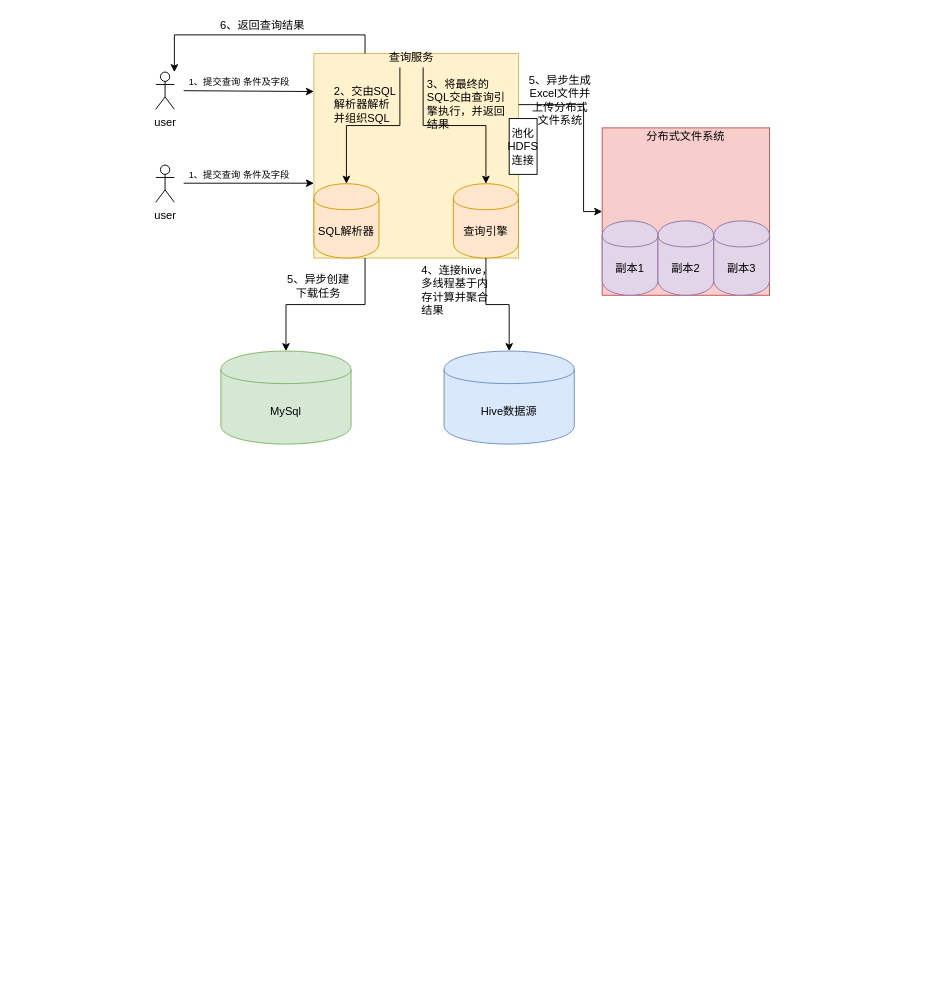
This is 未命名绘图.drawio from ljz1315/doc, a draw.io file, before an edit. Source tidied: cells renumbered, new cells numbered last; positions are measured from the earlier drawing's top-left corner, leaving out a move shared by most shapes. Both pictures are drawn from the tidied source at 93%, with x=0, y=0 at pixel (155, 16).
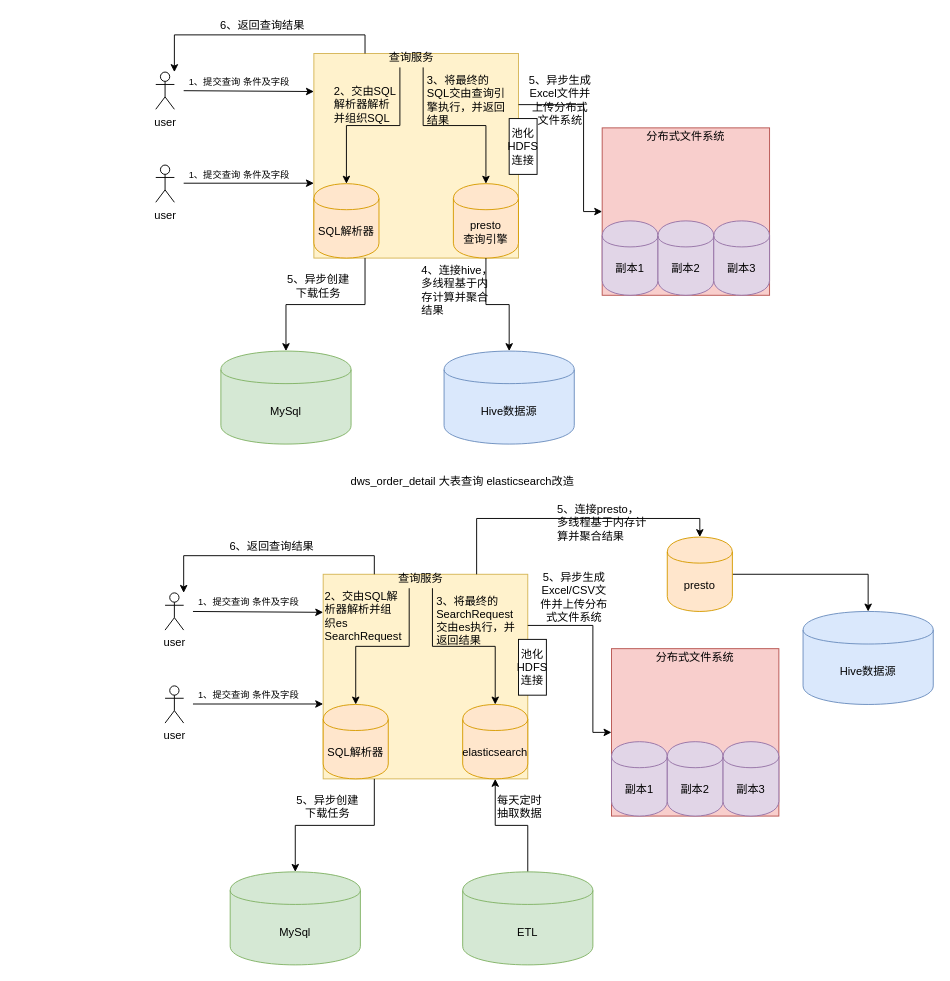
Above is the later version.

Commit message:
更新未命名绘图.drawio

Unchanged cells that the change refers to:
```xml
<mxCell id="11" style="group;" parent="1" vertex="1">
  <mxGeometry x="170" y="40" width="320" height="220" as="geometry" />
</mxCell>
```

What changed in the source:
```diff
@@
-    <mxCell id="14" value="查询引擎" style="shape=cylinder;whiteSpace=wrap;html=1;boundedLbl=1;backgroundOutline=1;fillColor=#ffe6cc;strokeColor=#d79b00;" parent="11" vertex="1">
+    <mxCell id="14" value="presto&lt;br&gt;查询引擎" style="shape=cylinder;whiteSpace=wrap;html=1;boundedLbl=1;backgroundOutline=1;fillColor=#ffe6cc;strokeColor=#d79b00;" parent="11" vertex="1">
       <mxGeometry x="150" y="140" width="70" height="80" as="geometry" />
     </mxCell>
@@
     <mxCell id="16" value="3、将最终的SQL交由查询引擎执行，并返回结果" style="text;html=1;strokeColor=none;fillColor=none;align=left;verticalAlign=middle;whiteSpace=wrap;rounded=0;" parent="11" vertex="1">
-      <mxGeometry x="120" y="20" width="90" height="70" as="geometry" />
+      <mxGeometry x="120" y="15" width="90" height="70" as="geometry" />
     </mxCell>
@@
+    <mxCell id="34" value="user" style="shape=umlActor;verticalLabelPosition=bottom;labelBackgroundColor=#ffffff;verticalAlign=top;html=1;" parent="1" vertex="1">
+      <mxGeometry x="10" y="620" width="20" height="40" as="geometry" />
+    </mxCell>
+    <mxCell id="35" value="user" style="shape=umlActor;verticalLabelPosition=bottom;labelBackgroundColor=#ffffff;verticalAlign=top;html=1;" parent="1" vertex="1">
+      <mxGeometry x="10" y="720" width="20" height="40" as="geometry" />
+    </mxCell>
+    <mxCell id="36" value="MySql" style="shape=cylinder;whiteSpace=wrap;html=1;boundedLbl=1;backgroundOutline=1;fillColor=#d5e8d4;strokeColor=#82b366;" parent="1" vertex="1">
+      <mxGeometry x="80" y="920" width="140" height="100" as="geometry" />
+    </mxCell>
+    <mxCell id="37" style="group;" parent="1" vertex="1">
+      <mxGeometry x="490" y="680" width="180" height="180" as="geometry" />
+    </mxCell>
+    <mxCell id="38" style="whiteSpace=wrap;html=1;fillColor=#f8cecc;strokeColor=#b85450;" parent="37" vertex="1">
+      <mxGeometry width="180" height="180" as="geometry" />
+    </mxCell>
+    <mxCell id="39" value="副本1" style="shape=cylinder;whiteSpace=wrap;html=1;boundedLbl=1;backgroundOutline=1;fillColor=#e1d5e7;strokeColor=#9673a6;" parent="37" vertex="1">
+      <mxGeometry y="100" width="60" height="80" as="geometry" />
+    </mxCell>
+    <mxCell id="40" value="副本2" style="shape=cylinder;whiteSpace=wrap;html=1;boundedLbl=1;backgroundOutline=1;fillColor=#e1d5e7;strokeColor=#9673a6;" parent="37" vertex="1">
+      <mxGeometry x="60" y="100" width="60" height="80" as="geometry" />
+    </mxCell>
+    <mxCell id="41" value="副本3" style="shape=cylinder;whiteSpace=wrap;html=1;boundedLbl=1;backgroundOutline=1;fillColor=#e1d5e7;strokeColor=#9673a6;" parent="37" vertex="1">
+      <mxGeometry x="120" y="100" width="60" height="80" as="geometry" />
+    </mxCell>
+    <mxCell id="42" value="分布式文件系统" style="text;html=1;strokeColor=none;fillColor=none;align=center;verticalAlign=middle;whiteSpace=wrap;rounded=0;" parent="37" vertex="1">
+      <mxGeometry x="40" width="100" height="20" as="geometry" />
+    </mxCell>
+    <mxCell id="43" style="group;" parent="1" vertex="1">
+      <mxGeometry x="180" y="600" width="320" height="220" as="geometry" />
+    </mxCell>
+    <mxCell id="44" style="whiteSpace=wrap;html=1;align=center;fillColor=#fff2cc;strokeColor=#d6b656;" parent="43" vertex="1">
+      <mxGeometry width="220" height="220" as="geometry" />
+    </mxCell>
+    <mxCell id="45" value="SQL解析器" style="shape=cylinder;whiteSpace=wrap;html=1;boundedLbl=1;backgroundOutline=1;fillColor=#ffe6cc;strokeColor=#d79b00;" parent="43" vertex="1">
+      <mxGeometry y="140" width="70" height="80" as="geometry" />
+    </mxCell>
+    <mxCell id="46" value="elasticsearch" style="shape=cylinder;whiteSpace=wrap;html=1;boundedLbl=1;backgroundOutline=1;fillColor=#ffe6cc;strokeColor=#d79b00;" parent="43" vertex="1">
+      <mxGeometry x="150" y="140" width="70" height="80" as="geometry" />
+    </mxCell>
+    <mxCell id="47" value="2、交由SQL解析器解析并组织es SearchRequest" style="text;html=1;strokeColor=none;fillColor=none;align=left;verticalAlign=middle;whiteSpace=wrap;rounded=0;" parent="43" vertex="1">
+      <mxGeometry y="5" width="70" height="80" as="geometry" />
+    </mxCell>
+    <mxCell id="48" value="3、将最终的SearchRequest交由es执行，并返回结果" style="text;html=1;strokeColor=none;fillColor=none;align=left;verticalAlign=middle;whiteSpace=wrap;rounded=0;" parent="43" vertex="1">
+      <mxGeometry x="120" y="15" width="90" height="70" as="geometry" />
+    </mxCell>
+    <mxCell id="49" value="查询服务" style="text;html=1;strokeColor=none;fillColor=none;align=center;verticalAlign=middle;whiteSpace=wrap;rounded=0;" parent="43" vertex="1">
+      <mxGeometry x="80" y="-5" width="50" height="20" as="geometry" />
+    </mxCell>
+    <mxCell id="50" style="edgeStyle=orthogonalEdgeStyle;rounded=0;jettySize=auto;html=1;exitX=0.75;exitY=1;exitDx=0;exitDy=0;entryX=0.5;entryY=0;entryDx=0;entryDy=0;" parent="43" edge="1" source="49" target="46">
+      <mxGeometry relative="1" as="geometry" />
+    </mxCell>
+    <mxCell id="51" style="edgeStyle=orthogonalEdgeStyle;rounded=0;jettySize=auto;html=1;exitX=0.25;exitY=1;exitDx=0;exitDy=0;" parent="43" edge="1" source="49" target="45">
+      <mxGeometry relative="1" as="geometry" />
+    </mxCell>
+    <mxCell id="52" value="池化HDFS连接" style="rounded=0;whiteSpace=wrap;html=1;" parent="43" vertex="1">
+      <mxGeometry x="210" y="70" width="30" height="60" as="geometry" />
+    </mxCell>
+    <mxCell id="53" value="5、异步生成Excel/CSV文件并上传分布式文件系统" style="text;html=1;strokeColor=none;fillColor=none;align=center;verticalAlign=middle;whiteSpace=wrap;rounded=0;" parent="43" vertex="1">
+      <mxGeometry x="230" y="15" width="80" height="20" as="geometry" />
+    </mxCell>
+    <mxCell id="54" value="Hive数据源" style="shape=cylinder;whiteSpace=wrap;html=1;boundedLbl=1;backgroundOutline=1;fillColor=#dae8fc;strokeColor=#6c8ebf;" parent="1" vertex="1">
+      <mxGeometry x="696" y="640" width="140" height="100" as="geometry" />
+    </mxCell>
+    <mxCell id="55" style="endArrow=classic;html=1;entryX=0;entryY=0.186;entryDx=0;entryDy=0;entryPerimeter=0;" parent="1" edge="1" target="44">
+      <mxGeometry relative="1" as="geometry">
+        <mxPoint x="40" y="640" as="sourcePoint" />
+      </mxGeometry>
+    </mxCell>
+    <mxCell id="56" style="endArrow=classic;html=1;entryX=0;entryY=0.634;entryDx=0;entryDy=0;entryPerimeter=0;" parent="1" edge="1" target="44">
+      <mxGeometry relative="1" as="geometry">
+        <mxPoint x="40" y="739.5" as="sourcePoint" />
+      </mxGeometry>
+    </mxCell>
+    <mxCell id="57" value="&lt;font style=&quot;font-size: 10px&quot;&gt;1、提交查询 条件及字段&lt;/font&gt;" style="text;html=1;strokeColor=none;fillColor=none;align=center;verticalAlign=middle;whiteSpace=wrap;rounded=0;" parent="1" vertex="1">
+      <mxGeometry x="30" y="620" width="140" height="20" as="geometry" />
+    </mxCell>
+    <mxCell id="58" value="&lt;font style=&quot;font-size: 10px&quot;&gt;1、提交查询 条件及字段&lt;/font&gt;" style="text;html=1;strokeColor=none;fillColor=none;align=center;verticalAlign=middle;whiteSpace=wrap;rounded=0;" parent="1" vertex="1">
+      <mxGeometry x="30" y="720" width="140" height="20" as="geometry" />
+    </mxCell>
+    <mxCell id="59" style="edgeStyle=orthogonalEdgeStyle;rounded=0;jettySize=auto;html=1;exitX=1;exitY=0.25;exitDx=0;exitDy=0;" parent="1" edge="1" source="44" target="38">
+      <mxGeometry relative="1" as="geometry">
+        <Array as="points">
+          <mxPoint x="470" y="655" />
+          <mxPoint x="470" y="770" />
+        </Array>
+      </mxGeometry>
+    </mxCell>
+    <mxCell id="60" style="edgeStyle=orthogonalEdgeStyle;rounded=0;jettySize=auto;html=1;exitX=0.25;exitY=1;exitDx=0;exitDy=0;" parent="1" edge="1" source="44" target="36">
+      <mxGeometry relative="1" as="geometry" />
+    </mxCell>
+    <mxCell id="61" style="edgeStyle=orthogonalEdgeStyle;rounded=0;jettySize=auto;html=1;exitX=1;exitY=0.5;exitDx=0;exitDy=0;" parent="1" edge="1" source="67" target="54">
+      <mxGeometry relative="1" as="geometry">
+        <Array as="points">
+          <mxPoint x="766" y="600" />
+        </Array>
+      </mxGeometry>
+    </mxCell>
+    <mxCell id="62" value="5、连接presto，多线程基于内存计算并聚合结果" style="text;html=1;strokeColor=none;fillColor=none;align=left;verticalAlign=middle;whiteSpace=wrap;rounded=0;" parent="1" vertex="1">
+      <mxGeometry x="430" y="510" width="100" height="70" as="geometry" />
+    </mxCell>
+    <mxCell id="63" value="5、异步创建下载任务" style="text;html=1;strokeColor=none;fillColor=none;align=center;verticalAlign=middle;whiteSpace=wrap;rounded=0;" parent="1" vertex="1">
+      <mxGeometry x="150" y="840" width="70" height="20" as="geometry" />
+    </mxCell>
+    <mxCell id="64" style="edgeStyle=orthogonalEdgeStyle;rounded=0;jettySize=auto;html=1;exitX=0.25;exitY=0;exitDx=0;exitDy=0;entryX=0;entryY=0;entryDx=0;entryDy=0;" parent="1" edge="1" source="44" target="57">
+      <mxGeometry relative="1" as="geometry" />
+    </mxCell>
+    <mxCell id="65" value="6、返回查询结果" style="text;html=1;strokeColor=none;fillColor=none;align=center;verticalAlign=middle;whiteSpace=wrap;rounded=0;" parent="1" vertex="1">
+      <mxGeometry x="70" y="560" width="110" height="20" as="geometry" />
+    </mxCell>
+    <mxCell id="66" value="dws_order_detail 大表查询 elasticsearch改造" style="text;html=1;strokeColor=none;fillColor=none;align=center;verticalAlign=middle;whiteSpace=wrap;rounded=0;" parent="1" vertex="1">
+      <mxGeometry x="-150" y="490" width="960" height="20" as="geometry" />
+    </mxCell>
+    <mxCell id="67" value="presto" style="shape=cylinder;whiteSpace=wrap;html=1;boundedLbl=1;backgroundOutline=1;fillColor=#ffe6cc;strokeColor=#d79b00;" parent="1" vertex="1">
+      <mxGeometry x="550" y="560" width="70" height="80" as="geometry" />
+    </mxCell>
+    <mxCell id="68" style="edgeStyle=orthogonalEdgeStyle;rounded=0;jettySize=auto;html=1;exitX=0.75;exitY=0;exitDx=0;exitDy=0;entryX=0.5;entryY=0;entryDx=0;entryDy=0;" parent="1" edge="1" source="44" target="67">
+      <mxGeometry relative="1" as="geometry" />
+    </mxCell>
+    <mxCell id="69" style="edgeStyle=orthogonalEdgeStyle;rounded=0;jettySize=auto;html=1;exitX=0.5;exitY=0;exitDx=0;exitDy=0;entryX=0.5;entryY=1;entryDx=0;entryDy=0;" parent="1" edge="1" source="70" target="46">
+      <mxGeometry relative="1" as="geometry" />
+    </mxCell>
+    <mxCell id="70" value="ETL" style="shape=cylinder;whiteSpace=wrap;html=1;boundedLbl=1;backgroundOutline=1;fillColor=#d5e8d4;strokeColor=#82b366;" parent="1" vertex="1">
+      <mxGeometry x="330" y="920" width="140" height="100" as="geometry" />
+    </mxCell>
+    <mxCell id="71" value="每天定时抽取数据" style="text;html=1;strokeColor=none;fillColor=none;align=center;verticalAlign=middle;whiteSpace=wrap;rounded=0;" parent="1" vertex="1">
+      <mxGeometry x="364" y="840" width="55" height="20" as="geometry" />
+    </mxCell>
```
